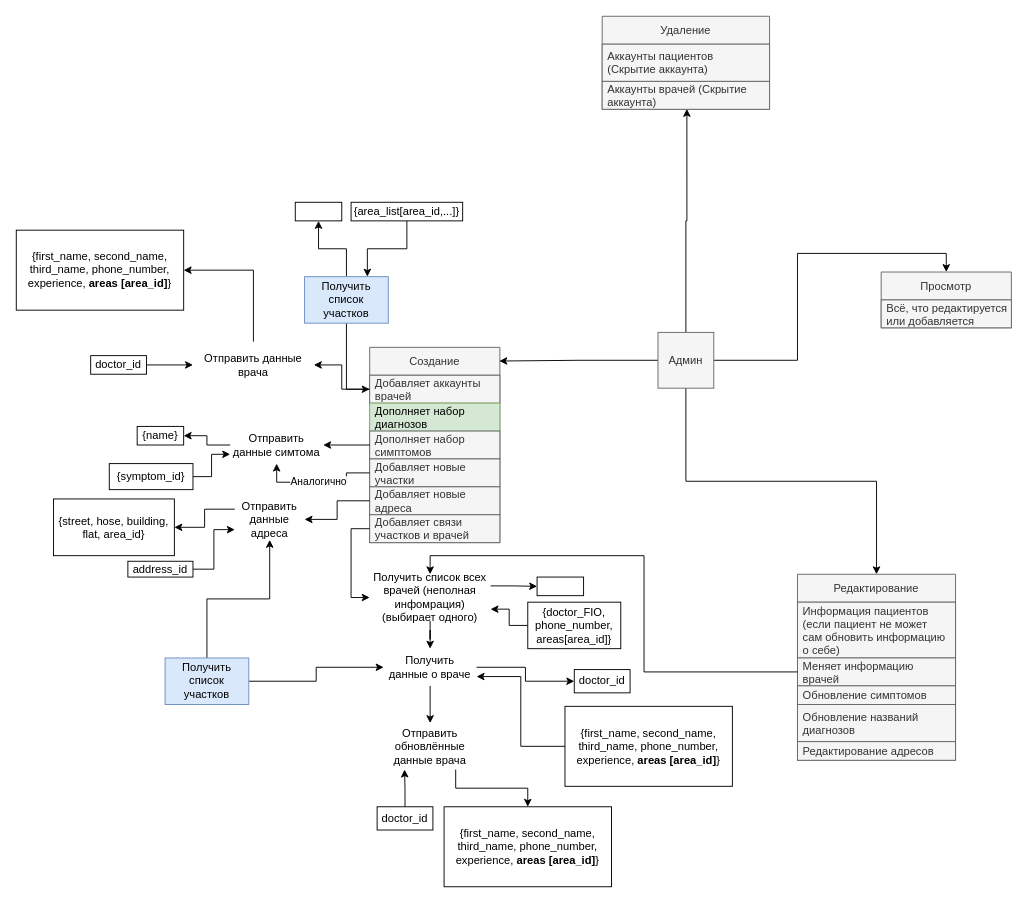
Before: page "Админ" (4 of 4) of Требования к проекту.drawio in Rubelewaskes/Hospital, a draw.io diagram. Source tidied: cells renumbered, new cells numbered last; positions are measured from the earlier drawing's top-left corner, leaving out a move shared by most shapes. Both pictures are drawn from the tidied source at 93%, with x=0, y=0 at pixel (16, 16).
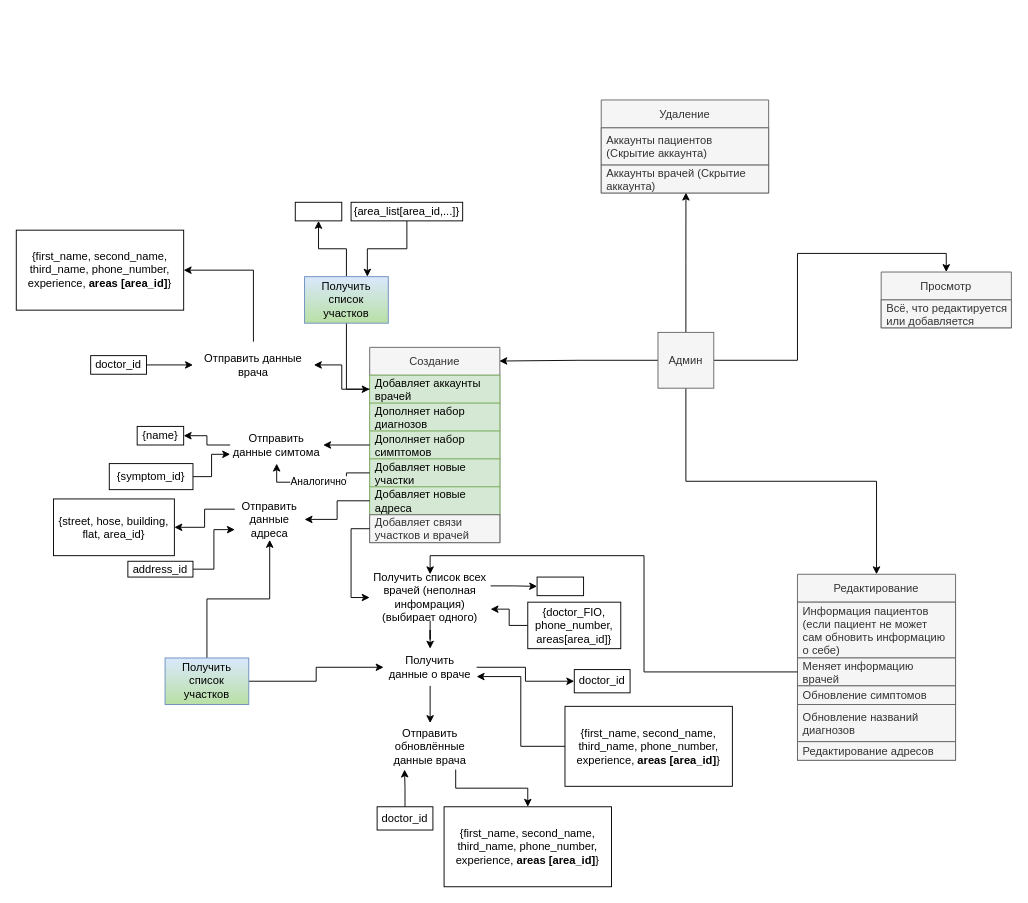
After the change.

Unchanged cells that the change refers to:
```xml
<mxCell id="2" value="Создание" style="swimlane;fontStyle=0;horizontal=1;startSize=30;fillColor=#f5f5f5;fontColor=#333333;strokeColor=#666666;" parent="1" vertex="1">
  <mxGeometry x="380" y="356" width="140" height="210" as="geometry" />
</mxCell>
```

The edit, as a diff of the source:
```diff
@@
-    <mxCell id="3" value="Добавляет аккаунты&#10;врачей" style="text;strokeColor=#666666;fillColor=#f5f5f5;align=left;verticalAlign=middle;spacingLeft=4;spacingRight=4;overflow=hidden;points=[[0,0.5],[1,0.5]];portConstraint=eastwest;fontColor=#333333;" parent="2" vertex="1">
+    <mxCell id="3" value="Добавляет аккаунты&#10;врачей" style="text;strokeColor=#82b366;fillColor=#d5e8d4;align=left;verticalAlign=middle;spacingLeft=4;spacingRight=4;overflow=hidden;points=[[0,0.5],[1,0.5]];portConstraint=eastwest;" parent="2" vertex="1">
       <mxGeometry y="30" width="140" height="30" as="geometry" />
     </mxCell>
@@
-    <mxCell id="5" value="Дополняет набор&#10;симптомов" style="text;strokeColor=#666666;fillColor=#f5f5f5;align=left;verticalAlign=middle;spacingLeft=4;spacingRight=4;overflow=hidden;points=[[0,0.5],[1,0.5]];portConstraint=eastwest;fontColor=#333333;" parent="2" vertex="1">
+    <mxCell id="5" value="Дополняет набор&#10;симптомов" style="text;strokeColor=#82b366;fillColor=#d5e8d4;align=left;verticalAlign=middle;spacingLeft=4;spacingRight=4;overflow=hidden;points=[[0,0.5],[1,0.5]];portConstraint=eastwest;" parent="2" vertex="1">
       <mxGeometry y="90" width="140" height="30" as="geometry" />
     </mxCell>
-    <mxCell id="6" value="Добавляет новые &#10;участки" style="text;strokeColor=#666666;fillColor=#f5f5f5;align=left;verticalAlign=middle;spacingLeft=4;spacingRight=4;overflow=hidden;points=[[0,0.5],[1,0.5]];portConstraint=eastwest;fontColor=#333333;" parent="2" vertex="1">
+    <mxCell id="6" value="Добавляет новые &#10;участки" style="text;strokeColor=#82b366;fillColor=#d5e8d4;align=left;verticalAlign=middle;spacingLeft=4;spacingRight=4;overflow=hidden;points=[[0,0.5],[1,0.5]];portConstraint=eastwest;" parent="2" vertex="1">
       <mxGeometry y="120" width="140" height="30" as="geometry" />
     </mxCell>
-    <mxCell id="7" value="Добавляет новые &#10;адреса" style="text;strokeColor=#666666;fillColor=#f5f5f5;align=left;verticalAlign=middle;spacingLeft=4;spacingRight=4;overflow=hidden;points=[[0,0.5],[1,0.5]];portConstraint=eastwest;fontColor=#333333;" parent="2" vertex="1">
+    <mxCell id="7" value="Добавляет новые &#10;адреса" style="text;strokeColor=#82b366;fillColor=#d5e8d4;align=left;verticalAlign=middle;spacingLeft=4;spacingRight=4;overflow=hidden;points=[[0,0.5],[1,0.5]];portConstraint=eastwest;" parent="2" vertex="1">
       <mxGeometry y="150" width="140" height="30" as="geometry" />
     </mxCell>
@@
     <mxCell id="20" value="Удаление" style="swimlane;fontStyle=0;horizontal=1;startSize=30;fillColor=#f5f5f5;fontColor=#333333;strokeColor=#666666;" parent="1" vertex="1">
-      <mxGeometry x="630" width="180" height="100" as="geometry" />
+      <mxGeometry x="629" y="90" width="180" height="100" as="geometry" />
     </mxCell>
@@
-    <mxCell id="33" value="Получить список участков" style="text;html=1;strokeColor=#6c8ebf;fillColor=#dae8fc;align=center;verticalAlign=middle;whiteSpace=wrap;rounded=0;" parent="1" vertex="1">
+    <mxCell id="33" value="Получить список участков" style="text;html=1;strokeColor=#6c8ebf;fillColor=#dae8fc;align=center;verticalAlign=middle;whiteSpace=wrap;rounded=0;gradientColor=#B9E0A5;" parent="1" vertex="1">
       <mxGeometry x="310" y="280" width="90" height="50" as="geometry" />
     </mxCell>
@@
-    <mxCell id="59" value="Получить список участков" style="text;html=1;strokeColor=#6c8ebf;fillColor=#dae8fc;align=center;verticalAlign=middle;whiteSpace=wrap;rounded=0;" parent="1" vertex="1">
+    <mxCell id="59" value="Получить список участков" style="text;html=1;strokeColor=#6c8ebf;fillColor=#dae8fc;align=center;verticalAlign=middle;whiteSpace=wrap;rounded=0;gradientColor=#B9E0A5;gradientDirection=south;" parent="1" vertex="1">
       <mxGeometry x="160" y="690" width="90" height="50" as="geometry" />
     </mxCell>
```
